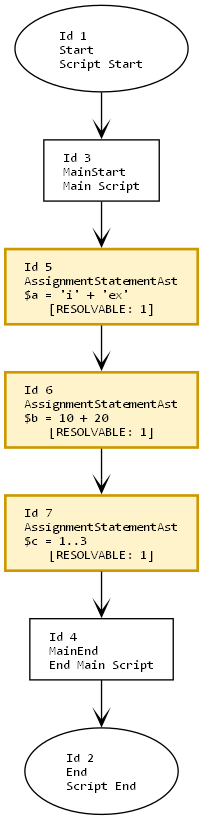
Before: in/in.png, a diagram exported from Graphviz (mine41/deob). Its source is kept beside it as in/in.dot.
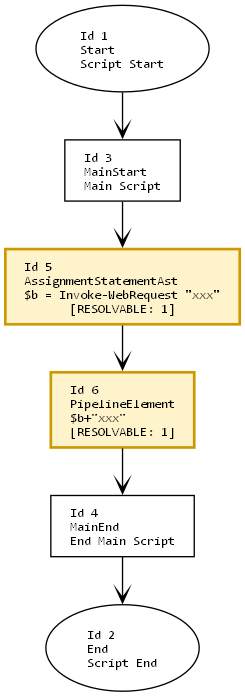
The same diagram one commit later.

What changed in the source:
```diff
@@ -14,14 +14,12 @@
     2 [label="Id 2\lEnd\lScript End", shape=oval];
     3 [label="Id 3\lMainStart\lMain Script", shape=box];
     4 [label="Id 4\lMainEnd\lEnd Main Script", shape=box];
-    5 [label="Id 5\lAssignmentStatementAst\l$a = 'i' + 'ex'\l[RESOLVABLE: 1]", shape=box, style=filled, fillcolor="#fff3cc", color="#cc9900", penwidth=2];
-    6 [label="Id 6\lAssignmentStatementAst\l$b = 10 + 20\l[RESOLVABLE: 1]", shape=box, style=filled, fillcolor="#fff3cc", color="#cc9900", penwidth=2];
-    7 [label="Id 7\lAssignmentStatementAst\l$c = 1..3\l[RESOLVABLE: 1]", shape=box, style=filled, fillcolor="#fff3cc", color="#cc9900", penwidth=2];
+    5 [label="Id 5\lAssignmentStatementAst\l$b = Invoke-WebRequest \"xxx\"\l[RESOLVABLE: 1]", shape=box, style=filled, fillcolor="#fff3cc", color="#cc9900", penwidth=2];
+    6 [label="Id 6\lPipelineElement\l$b+\"xxx\"\l[RESOLVABLE: 1]", shape=box, style=filled, fillcolor="#fff3cc", color="#cc9900", penwidth=2];
 
     1 -> 3;
     3 -> 5;
     5 -> 6;
-    6 -> 7;
-    7 -> 4;
+    6 -> 4;
     4 -> 2;
 }
```
